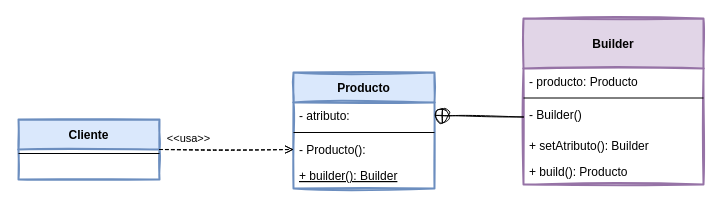
Earlier version of the draw.io diagram page "Builder - Plantilla B" (2 of 6) of Builder.drawio (JavaTutoriales/Builder). Source tidied: cells renumbered, new cells numbered last; positions are measured from the earlier drawing's top-left corner, leaving out a move shared by most shapes. Both pictures are drawn from the tidied source at 100%, with x=0, y=0 at pixel (18, 18).
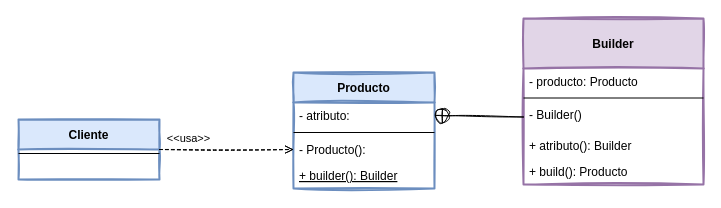
Above is the later version.

The edit, as a diff of the source:
```diff
@@
 <mxGraphModel>
   <root>
     <mxCell id="0" />
     <mxCell id="1" parent="0" />
     <mxCell id="2" value="Producto" style="swimlane;fontStyle=1;align=center;verticalAlign=middle;horizontal=1;startSize=30;rounded=0;shadow=0;strokeWidth=2;strokeColor=#6c8ebf;fillColor=#dae8fc;swimlaneFillColor=rgba(255, 255, 255, 1);sketch=1;fillStyle=solid;" parent="1" vertex="1">
       <mxGeometry x="275" y="54" width="141" height="116" as="geometry" />
     </mxCell>
     <mxCell id="3" value="- atributo: " style="text;strokeColor=none;fillColor=none;align=left;verticalAlign=top;spacingLeft=4;spacingRight=4;overflow=hidden;points=[[0,0.5],[1,0.5]];portConstraint=eastwest;sketch=1;" parent="2" vertex="1">
       <mxGeometry y="30" width="141" height="26" as="geometry" />
     </mxCell>
     <mxCell id="4" style="line;html=1;strokeWidth=1;align=left;verticalAlign=middle;spacingTop=-1;spacingLeft=3;spacingRight=3;labelPosition=right;" parent="2" vertex="1">
       <mxGeometry y="56" width="141" height="8" as="geometry" />
     </mxCell>
     <mxCell id="5" value="- Producto():" style="text;strokeColor=none;fillColor=none;align=left;verticalAlign=top;spacingLeft=4;spacingRight=4;overflow=hidden;points=[[0,0.5],[1,0.5]];portConstraint=eastwest;sketch=1;" parent="2" vertex="1">
       <mxGeometry y="64" width="141" height="26" as="geometry" />
     </mxCell>
     <mxCell id="6" value="+ builder(): Builder" style="text;strokeColor=none;fillColor=none;align=left;verticalAlign=top;spacingLeft=4;spacingRight=4;overflow=hidden;sketch=1;fontStyle=4;" parent="2" vertex="1">
       <mxGeometry y="90" width="141" height="26" as="geometry" />
     </mxCell>
     <mxCell id="7" value="Builder" style="swimlane;fontStyle=1;align=center;verticalAlign=middle;horizontal=1;startSize=50;rounded=0;shadow=0;strokeWidth=2;strokeColor=#9673a6;fillColor=#e1d5e7;swimlaneFillColor=rgba(255, 255, 255, 1);sketch=1;fillStyle=solid;" parent="1" vertex="1">
       <mxGeometry x="505" width="180" height="166" as="geometry" />
     </mxCell>
     <mxCell id="8" value="- producto: Producto" style="text;strokeColor=none;fillColor=none;align=left;verticalAlign=top;spacingLeft=4;spacingRight=4;overflow=hidden;sketch=1;" parent="7" vertex="1">
       <mxGeometry y="50" width="180" height="26" as="geometry" />
     </mxCell>
     <mxCell id="9" style="line;html=1;strokeWidth=1;align=left;verticalAlign=middle;spacingTop=-1;spacingLeft=3;spacingRight=3;labelPosition=right;" parent="7" vertex="1">
       <mxGeometry y="76" width="180" height="7" as="geometry" />
     </mxCell>
     <mxCell id="10" value="- Builder()" style="text;strokeColor=none;fillColor=none;align=left;verticalAlign=top;spacingLeft=4;spacingRight=4;overflow=hidden;points=[[0,0.5],[1,0.5]];portConstraint=eastwest;rounded=1;sketch=1;fillStyle=solid;startSize=30;" parent="7" vertex="1">
       <mxGeometry y="83" width="180" height="31" as="geometry" />
     </mxCell>
-    <mxCell id="11" value="+ setAtributo(): Builder" style="text;strokeColor=none;fillColor=none;align=left;verticalAlign=top;spacingLeft=4;spacingRight=4;overflow=hidden;sketch=1;" parent="7" vertex="1">
+    <mxCell id="11" value="+ atributo(): Builder" style="text;strokeColor=none;fillColor=none;align=left;verticalAlign=top;spacingLeft=4;spacingRight=4;overflow=hidden;sketch=1;" parent="7" vertex="1">
       <mxGeometry y="114" width="180" height="26" as="geometry" />
     </mxCell>
     <mxCell id="12" value="+ build(): Producto" style="text;strokeColor=none;fillColor=none;align=left;verticalAlign=top;spacingLeft=4;spacingRight=4;overflow=hidden;sketch=1;" parent="7" vertex="1">
       <mxGeometry y="140" width="180" height="26" as="geometry" />
     </mxCell>
     <mxCell id="13" style="endArrow=none;startArrow=circlePlus;endFill=0;startFill=0;endSize=8;html=1;rounded=0;sketch=1;exitX=1;exitY=0.5;exitDx=0;exitDy=0;entryX=0;entryY=0.5;entryDx=0;entryDy=0;" parent="1" edge="1" source="3" target="10">
       <mxGeometry relative="1" as="geometry" />
     </mxCell>
     <mxCell id="14" value="Cliente" style="swimlane;fontStyle=1;align=center;verticalAlign=middle;horizontal=1;startSize=30;rounded=0;shadow=0;strokeWidth=2;strokeColor=#6c8ebf;fillColor=#dae8fc;swimlaneFillColor=rgba(255, 255, 255, 1);sketch=1;fillStyle=solid;" parent="1" vertex="1">
       <mxGeometry y="101" width="141" height="60" as="geometry" />
     </mxCell>
     <mxCell id="15" style="line;html=1;strokeWidth=1;align=left;verticalAlign=middle;spacingTop=-1;spacingLeft=3;spacingRight=3;labelPosition=right;" parent="14" vertex="1">
       <mxGeometry y="30" width="141" height="8" as="geometry" />
     </mxCell>
     <mxCell id="16" value="&amp;lt;&amp;lt;usa&amp;gt;&amp;gt;" style="edgeStyle=orthogonalEdgeStyle;rounded=0;jettySize=auto;html=1;startSize=30;dashed=1;endFill=0;endArrow=open;exitX=1;exitY=0.5;exitDx=0;exitDy=0;sketch=1;entryX=0;entryY=0.5;entryDx=0;entryDy=0;" parent="1" edge="1" source="14" target="5">
       <mxGeometry x="-0.57" y="11" relative="1" as="geometry" />
     </mxCell>
   </root>
 </mxGraphModel>
```
